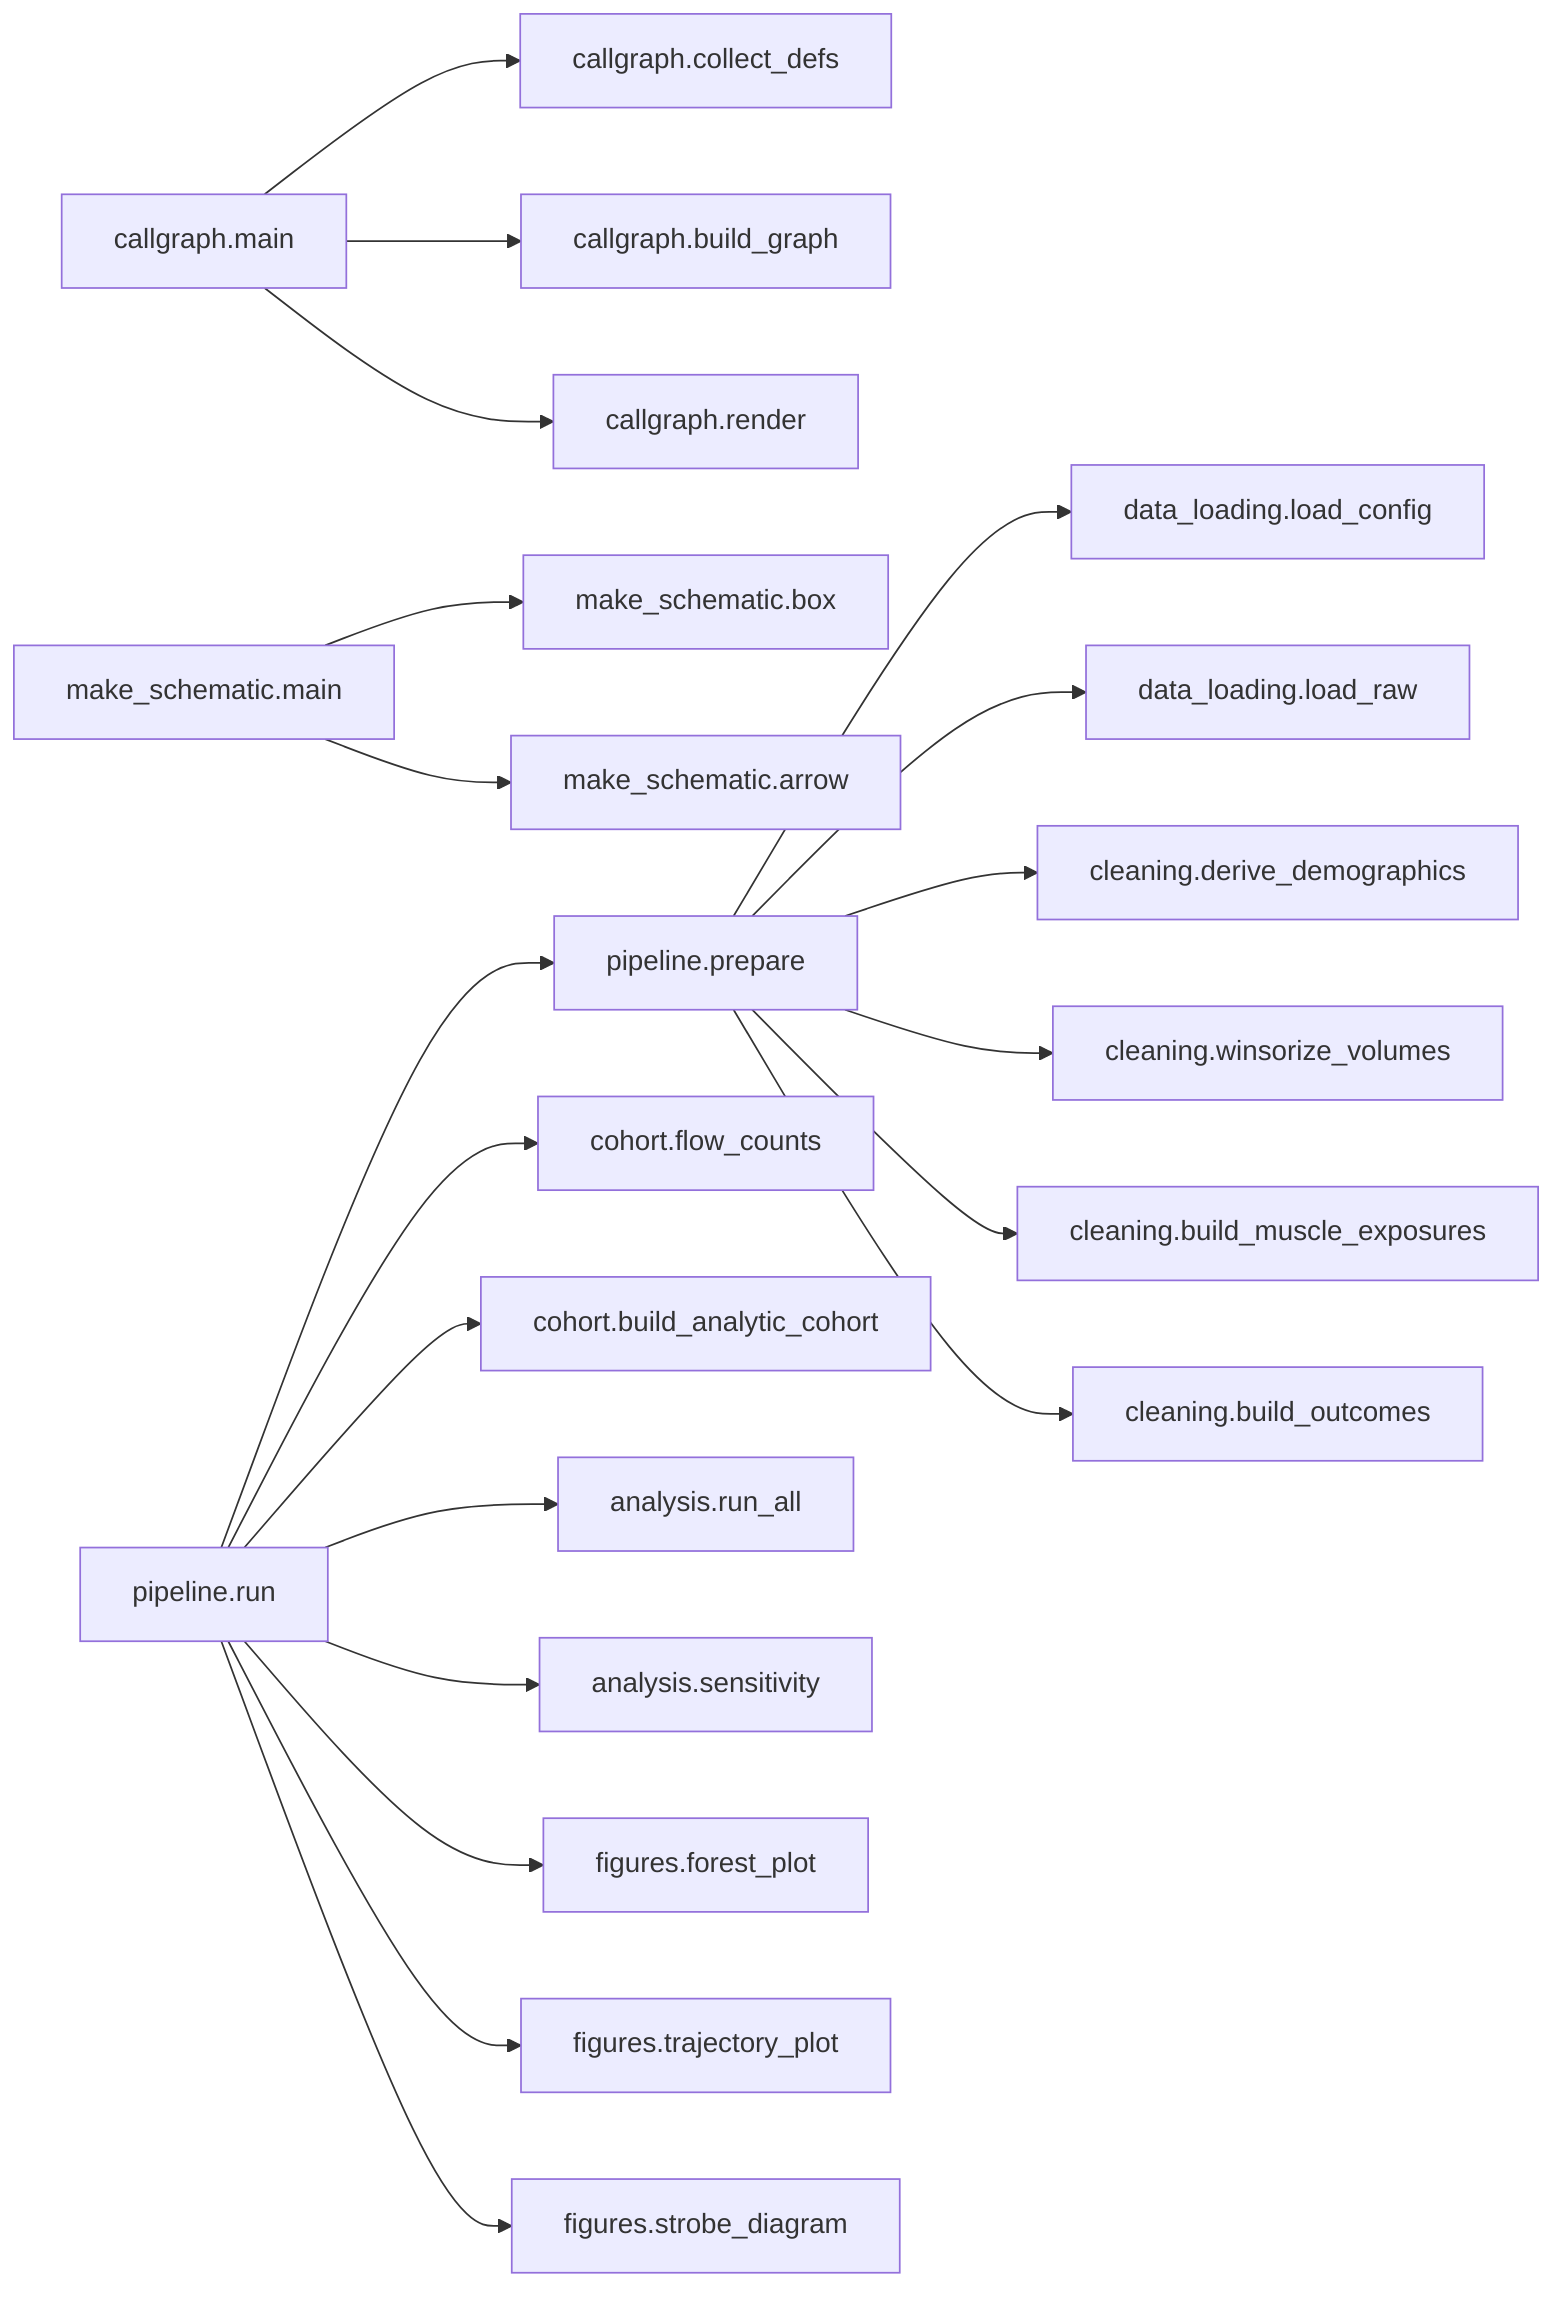
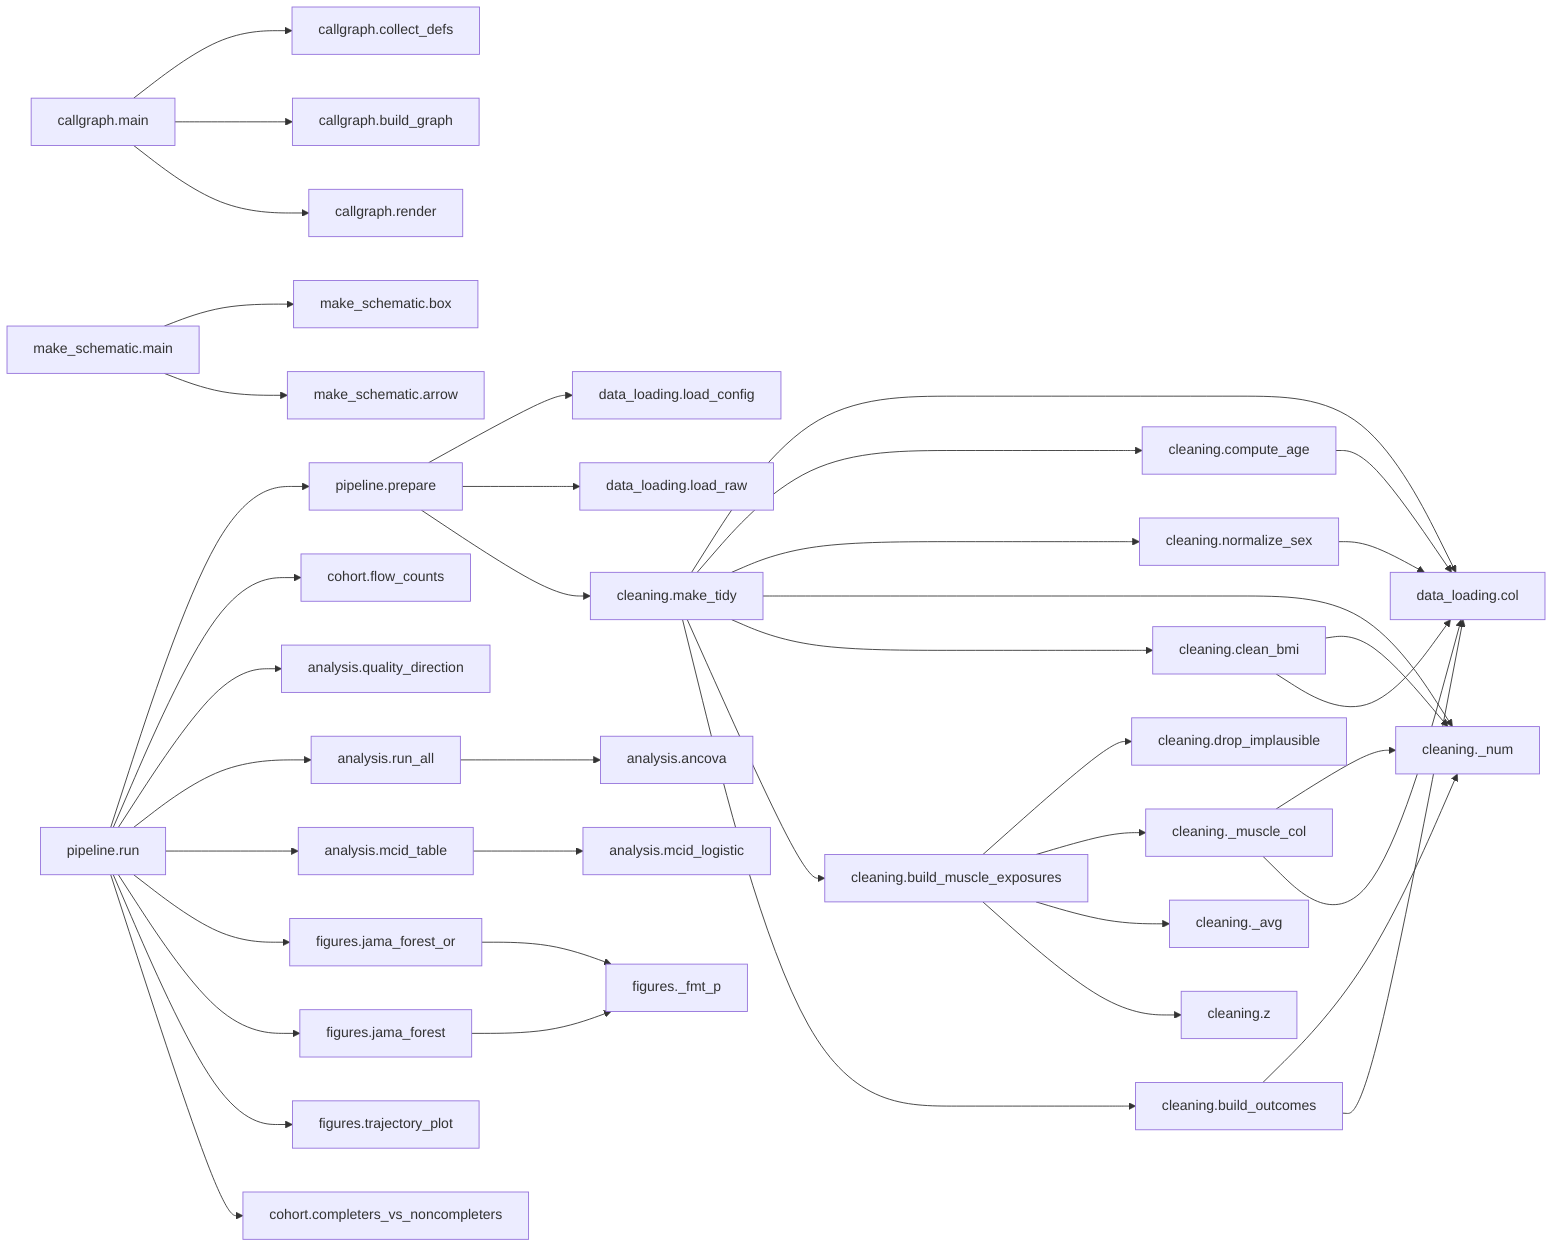
flowchart LR
+     analysis_mcid_table["analysis.mcid_table"] --> analysis_mcid_logistic["analysis.mcid_logistic"]
+     analysis_run_all["analysis.run_all"] --> analysis_ancova["analysis.ancova"]
    callgraph_main["callgraph.main"] --> callgraph_collect_defs["callgraph.collect_defs"]
    callgraph_main["callgraph.main"] --> callgraph_build_graph["callgraph.build_graph"]
    callgraph_main["callgraph.main"] --> callgraph_render["callgraph.render"]
    make_schematic_main["make_schematic.main"] --> make_schematic_box["make_schematic.box"]
    make_schematic_main["make_schematic.main"] --> make_schematic_arrow["make_schematic.arrow"]
    pipeline_prepare["pipeline.prepare"] --> data_loading_load_config["data_loading.load_config"]
    pipeline_prepare["pipeline.prepare"] --> data_loading_load_raw["data_loading.load_raw"]
-     pipeline_prepare["pipeline.prepare"] --> cleaning_derive_demographics["cleaning.derive_demographics"]
-     pipeline_prepare["pipeline.prepare"] --> cleaning_winsorize_volumes["cleaning.winsorize_volumes"]
-     pipeline_prepare["pipeline.prepare"] --> cleaning_build_muscle_exposures["cleaning.build_muscle_exposures"]
-     pipeline_prepare["pipeline.prepare"] --> cleaning_build_outcomes["cleaning.build_outcomes"]
+     pipeline_prepare["pipeline.prepare"] --> cleaning_make_tidy["cleaning.make_tidy"]
+     cleaning_make_tidy["cleaning.make_tidy"] --> data_loading_col["data_loading.col"]
+     cleaning_make_tidy["cleaning.make_tidy"] --> cleaning_compute_age["cleaning.compute_age"]
+     cleaning_make_tidy["cleaning.make_tidy"] --> cleaning_normalize_sex["cleaning.normalize_sex"]
+     cleaning_make_tidy["cleaning.make_tidy"] --> cleaning__num["cleaning._num"]
+     cleaning_make_tidy["cleaning.make_tidy"] --> cleaning_clean_bmi["cleaning.clean_bmi"]
+     cleaning_make_tidy["cleaning.make_tidy"] --> cleaning_build_muscle_exposures["cleaning.build_muscle_exposures"]
+     cleaning_make_tidy["cleaning.make_tidy"] --> cleaning_build_outcomes["cleaning.build_outcomes"]
    pipeline_run["pipeline.run"] --> pipeline_prepare["pipeline.prepare"]
    pipeline_run["pipeline.run"] --> cohort_flow_counts["cohort.flow_counts"]
-     pipeline_run["pipeline.run"] --> cohort_build_analytic_cohort["cohort.build_analytic_cohort"]
+     pipeline_run["pipeline.run"] --> analysis_quality_direction["analysis.quality_direction"]
    pipeline_run["pipeline.run"] --> analysis_run_all["analysis.run_all"]
-     pipeline_run["pipeline.run"] --> analysis_sensitivity["analysis.sensitivity"]
-     pipeline_run["pipeline.run"] --> figures_forest_plot["figures.forest_plot"]
+     pipeline_run["pipeline.run"] --> analysis_mcid_table["analysis.mcid_table"]
+     pipeline_run["pipeline.run"] --> figures_jama_forest_or["figures.jama_forest_or"]
+     pipeline_run["pipeline.run"] --> figures_jama_forest["figures.jama_forest"]
    pipeline_run["pipeline.run"] --> figures_trajectory_plot["figures.trajectory_plot"]
-     pipeline_run["pipeline.run"] --> figures_strobe_diagram["figures.strobe_diagram"]
+     pipeline_run["pipeline.run"] --> cohort_completers_vs_noncompleters["cohort.completers_vs_noncompleters"]
+     figures_jama_forest_or["figures.jama_forest_or"] --> figures__fmt_p["figures._fmt_p"]
+     figures_jama_forest["figures.jama_forest"] --> figures__fmt_p["figures._fmt_p"]
+     cleaning__muscle_col["cleaning._muscle_col"] --> cleaning__num["cleaning._num"]
+     cleaning__muscle_col["cleaning._muscle_col"] --> data_loading_col["data_loading.col"]
+     cleaning_compute_age["cleaning.compute_age"] --> data_loading_col["data_loading.col"]
+     cleaning_normalize_sex["cleaning.normalize_sex"] --> data_loading_col["data_loading.col"]
+     cleaning_clean_bmi["cleaning.clean_bmi"] --> cleaning__num["cleaning._num"]
+     cleaning_clean_bmi["cleaning.clean_bmi"] --> data_loading_col["data_loading.col"]
+     cleaning_build_muscle_exposures["cleaning.build_muscle_exposures"] --> cleaning_drop_implausible["cleaning.drop_implausible"]
+     cleaning_build_muscle_exposures["cleaning.build_muscle_exposures"] --> cleaning__muscle_col["cleaning._muscle_col"]
+     cleaning_build_muscle_exposures["cleaning.build_muscle_exposures"] --> cleaning__avg["cleaning._avg"]
+     cleaning_build_muscle_exposures["cleaning.build_muscle_exposures"] --> cleaning_z["cleaning.z"]
+     cleaning_build_outcomes["cleaning.build_outcomes"] --> cleaning__num["cleaning._num"]
+     cleaning_build_outcomes["cleaning.build_outcomes"] --> data_loading_col["data_loading.col"]
